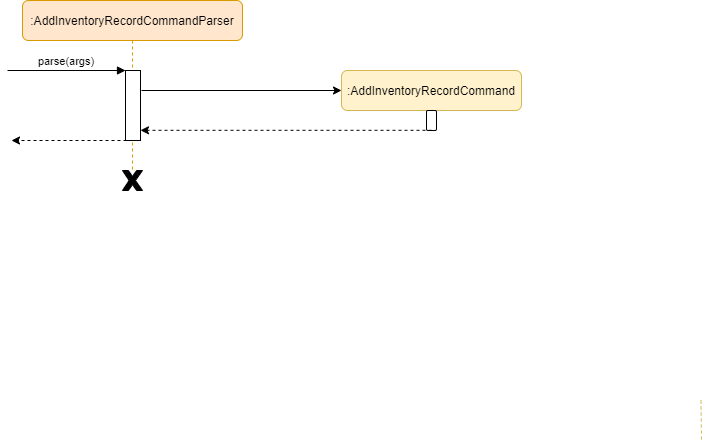
nus-cs2103-AY2021S1/tp keeps this draw.io diagram as docs/images/FindInventoryRecordSequenceDiagram.png. Above is the earlier version. Source tidied: cells renumbered, new cells last; positions are measured from the earlier drawing's top-left corner, leaving out a move shared by most shapes. Source of this version:
```xml
<mxGraphModel background="#ffffff">
  <root>
    <mxCell id="0" />
    <mxCell id="1" parent="0" />
    <mxCell id="2" value=":AddInventoryRecordCommandParser" style="shape=umlLifeline;perimeter=lifelinePerimeter;rounded=1;shadow=0;strokeWidth=1;fillColor=#ffe6cc;strokeColor=#d79b00;" parent="1" vertex="1">
      <mxGeometry x="15" width="220" height="170" as="geometry" />
    </mxCell>
    <mxCell id="3" style="points=[];perimeter=orthogonalPerimeter;rounded=0;shadow=0;strokeWidth=1;" parent="2" vertex="1">
      <mxGeometry x="103" y="70" width="15" height="70" as="geometry" />
    </mxCell>
    <mxCell id="4" value="parse(args)" style="verticalAlign=bottom;startArrow=none;endArrow=block;startSize=8;shadow=0;strokeWidth=1;startFill=0;" parent="2" edge="1" target="3">
      <mxGeometry relative="1" as="geometry">
        <mxPoint x="-15" y="70" as="sourcePoint" />
      </mxGeometry>
    </mxCell>
    <mxCell id="5" style="endArrow=classic;html=1;strokeColor=#000000;dashed=1;" parent="1" edge="1">
      <mxGeometry relative="1" as="geometry">
        <mxPoint x="534" y="300" as="sourcePoint" />
        <mxPoint x="534" y="300" as="targetPoint" />
      </mxGeometry>
    </mxCell>
    <mxCell id="6" value=":AddInventoryRecordCommand" style="rounded=1;whiteSpace=wrap;html=1;strokeColor=#d6b656;fillColor=#fff2cc;" parent="1" vertex="1">
      <mxGeometry x="334" y="70" width="180" height="40" as="geometry" />
    </mxCell>
    <mxCell id="7" style="html=1;points=[];perimeter=orthogonalPerimeter;rounded=1;strokeColor=#000000;gradientColor=none;" parent="1" vertex="1">
      <mxGeometry x="419" y="110" width="10" height="20" as="geometry" />
    </mxCell>
    <mxCell id="8" style="endArrow=classic;html=1;dashed=1;strokeColor=#000000;exitX=0.5;exitY=0.99;exitDx=0;exitDy=0;exitPerimeter=0;" parent="1" edge="1" source="7" target="3">
      <mxGeometry relative="1" as="geometry" />
    </mxCell>
    <mxCell id="9" style="endArrow=classic;html=1;strokeColor=#000000;" parent="1" edge="1">
      <mxGeometry relative="1" as="geometry">
        <mxPoint x="134" y="90" as="sourcePoint" />
        <mxPoint x="334" y="90" as="targetPoint" />
      </mxGeometry>
    </mxCell>
    <mxCell id="10" style="verticalLabelPosition=bottom;verticalAlign=top;html=1;shape=mxgraph.basic.x;rounded=1;strokeColor=#000000;gradientColor=none;fillColor=#000000;" parent="1" vertex="1">
      <mxGeometry x="115" y="170" width="20" height="20" as="geometry" />
    </mxCell>
    <mxCell id="11" style="endArrow=classic;html=1;dashed=1;" parent="1" edge="1">
      <mxGeometry relative="1" as="geometry">
        <mxPoint x="125" y="140" as="sourcePoint" />
        <mxPoint x="4" y="140" as="targetPoint" />
      </mxGeometry>
    </mxCell>
    <mxCell id="12" style="endArrow=none;dashed=1;html=1;strokeColor=#d6b656;exitX=0.6;exitY=1.05;exitDx=0;exitDy=0;exitPerimeter=0;fillColor=#fff2cc;" parent="1" edge="1">
      <mxGeometry relative="1" as="geometry">
        <mxPoint x="693.5" y="400" as="sourcePoint" />
        <mxPoint x="694" y="440" as="targetPoint" />
      </mxGeometry>
    </mxCell>
  </root>
</mxGraphModel>
```
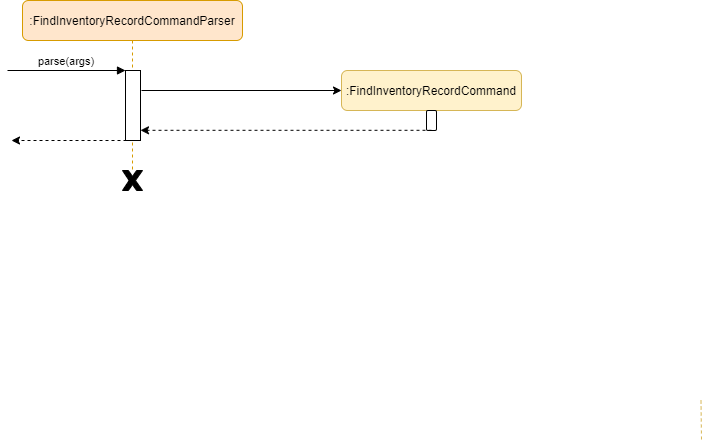
After the change.

The edit, as a diff of the source:
```diff
@@ -2,7 +2,7 @@
   <root>
     <mxCell id="0" />
     <mxCell id="1" parent="0" />
-    <mxCell id="2" value=":AddInventoryRecordCommandParser" style="shape=umlLifeline;perimeter=lifelinePerimeter;rounded=1;shadow=0;strokeWidth=1;fillColor=#ffe6cc;strokeColor=#d79b00;" parent="1" vertex="1">
+    <mxCell id="2" value=":FindInventoryRecordCommandParser" style="shape=umlLifeline;perimeter=lifelinePerimeter;rounded=1;shadow=0;strokeWidth=1;fillColor=#ffe6cc;strokeColor=#d79b00;" parent="1" vertex="1">
       <mxGeometry x="15" width="220" height="170" as="geometry" />
     </mxCell>
     <mxCell id="3" style="points=[];perimeter=orthogonalPerimeter;rounded=0;shadow=0;strokeWidth=1;" parent="2" vertex="1">
@@ -19,7 +19,7 @@
         <mxPoint x="534" y="300" as="targetPoint" />
       </mxGeometry>
     </mxCell>
-    <mxCell id="6" value=":AddInventoryRecordCommand" style="rounded=1;whiteSpace=wrap;html=1;strokeColor=#d6b656;fillColor=#fff2cc;" parent="1" vertex="1">
+    <mxCell id="6" value=":FindInventoryRecordCommand" style="rounded=1;whiteSpace=wrap;html=1;strokeColor=#d6b656;fillColor=#fff2cc;" parent="1" vertex="1">
       <mxGeometry x="334" y="70" width="180" height="40" as="geometry" />
     </mxCell>
     <mxCell id="7" style="html=1;points=[];perimeter=orthogonalPerimeter;rounded=1;strokeColor=#000000;gradientColor=none;" parent="1" vertex="1">
```
